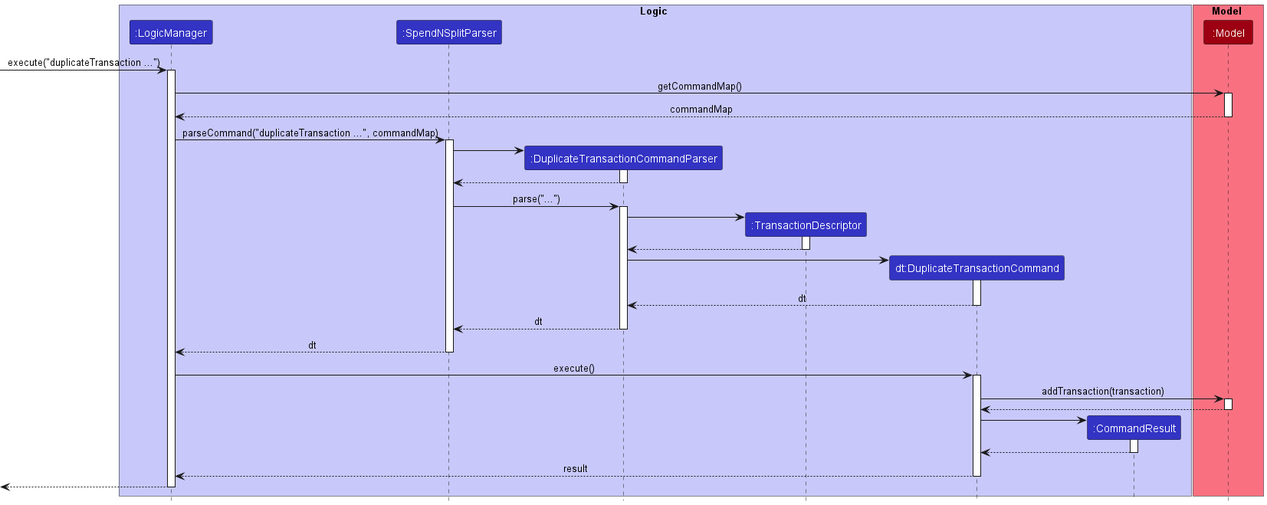
Before: docs/images/DuplicateTransactionSequenceDiagram.png, a diagram exported from PlantUML (wui-hong/tp). Source of this version:
```plantuml
@startuml
!include style.puml
skinparam ArrowFontStyle plain

box Logic LOGIC_COLOR_T1
participant ":LogicManager" as LogicManager LOGIC_COLOR
participant ":SpendNSplitParser" as SpendNSplitParser LOGIC_COLOR
participant ":DuplicateTransactionCommandParser" as DuplicateTransactionCommandParser LOGIC_COLOR
participant ":TransactionDescriptor" as TransactionDescriptor LOGIC_COLOR
participant "dt:DuplicateTransactionCommand" as DuplicateTransactionCommand LOGIC_COLOR
participant ":CommandResult" as CommandResult LOGIC_COLOR
end box

box Model MODEL_COLOR_T1
participant ":Model" as Model MODEL_COLOR
end box

[-> LogicManager : execute("duplicateTransaction ...")
activate LogicManager

LogicManager -> Model : getCommandMap()
activate Model
Model --> LogicManager : commandMap
deactivate Model

LogicManager -> SpendNSplitParser : parseCommand("duplicateTransaction ...", commandMap)
activate SpendNSplitParser

create DuplicateTransactionCommandParser
SpendNSplitParser -> DuplicateTransactionCommandParser
activate DuplicateTransactionCommandParser

DuplicateTransactionCommandParser --> SpendNSplitParser
deactivate DuplicateTransactionCommandParser

SpendNSplitParser -> DuplicateTransactionCommandParser : parse("...")
activate DuplicateTransactionCommandParser

create TransactionDescriptor
DuplicateTransactionCommandParser -> TransactionDescriptor
activate TransactionDescriptor

TransactionDescriptor --> DuplicateTransactionCommandParser
deactivate TransactionDescriptor

create DuplicateTransactionCommand
DuplicateTransactionCommandParser -> DuplicateTransactionCommand
activate DuplicateTransactionCommand

DuplicateTransactionCommand --> DuplicateTransactionCommandParser : dt
deactivate DuplicateTransactionCommand

DuplicateTransactionCommandParser --> SpendNSplitParser : dt
deactivate DuplicateTransactionCommandParser

SpendNSplitParser --> LogicManager : dt
deactivate SpendNSplitParser

LogicManager -> DuplicateTransactionCommand : execute()
activate DuplicateTransactionCommand

DuplicateTransactionCommand -> Model : addTransaction(transaction)
activate Model

Model --> DuplicateTransactionCommand
deactivate Model

create CommandResult
DuplicateTransactionCommand -> CommandResult
activate CommandResult

CommandResult --> DuplicateTransactionCommand
deactivate CommandResult

DuplicateTransactionCommand --> LogicManager : result
deactivate DuplicateTransactionCommand

[<--LogicManager
deactivate LogicManager
@enduml
```
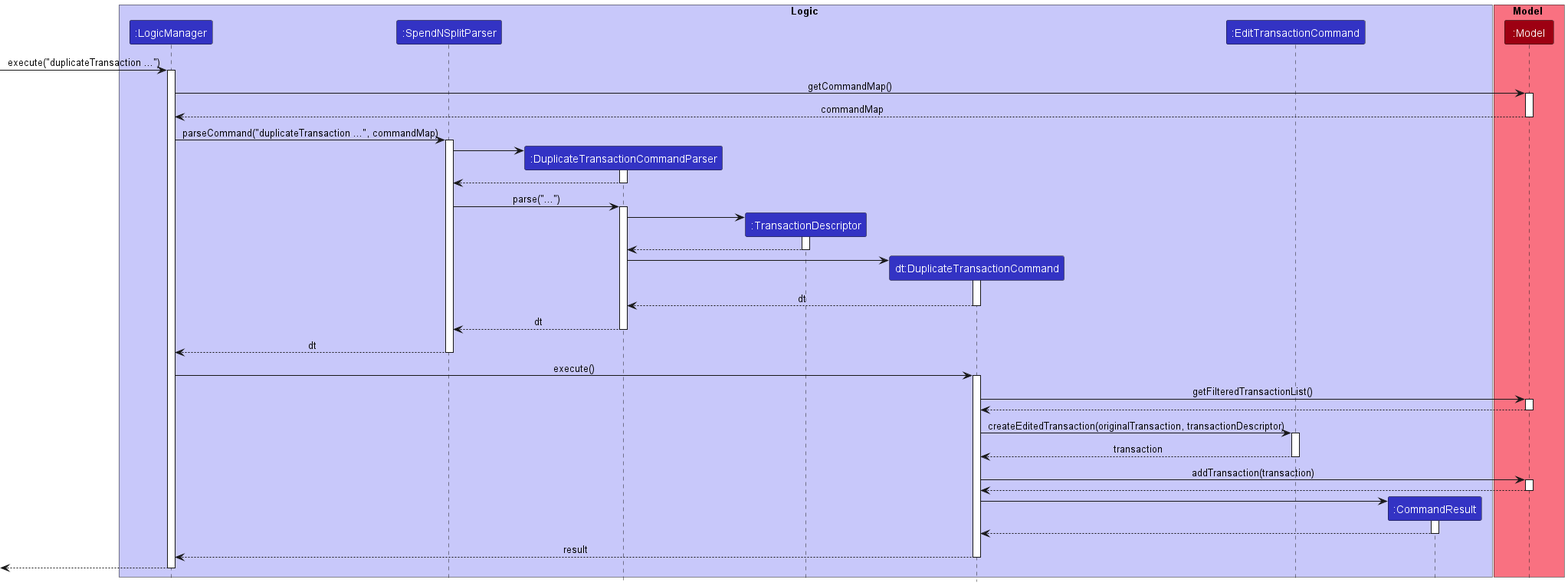
After the change.

What changed in the source:
```diff
@@ -8,6 +8,7 @@
 participant ":DuplicateTransactionCommandParser" as DuplicateTransactionCommandParser LOGIC_COLOR
 participant ":TransactionDescriptor" as TransactionDescriptor LOGIC_COLOR
 participant "dt:DuplicateTransactionCommand" as DuplicateTransactionCommand LOGIC_COLOR
+participant ":EditTransactionCommand" as EditTransactionCommand LOGIC_COLOR
 participant ":CommandResult" as CommandResult LOGIC_COLOR
 end box
 
@@ -59,6 +60,18 @@
 LogicManager -> DuplicateTransactionCommand : execute()
 activate DuplicateTransactionCommand
 
+DuplicateTransactionCommand -> Model : getFilteredTransactionList()
+activate Model
+
+Model --> DuplicateTransactionCommand
+deactivate Model
+
+DuplicateTransactionCommand -> EditTransactionCommand : createEditedTransaction(originalTransaction, transactionDescriptor)
+activate EditTransactionCommand
+
+EditTransactionCommand --> DuplicateTransactionCommand : transaction
+deactivate EditTransactionCommand
+
 DuplicateTransactionCommand -> Model : addTransaction(transaction)
 activate Model
 
```
